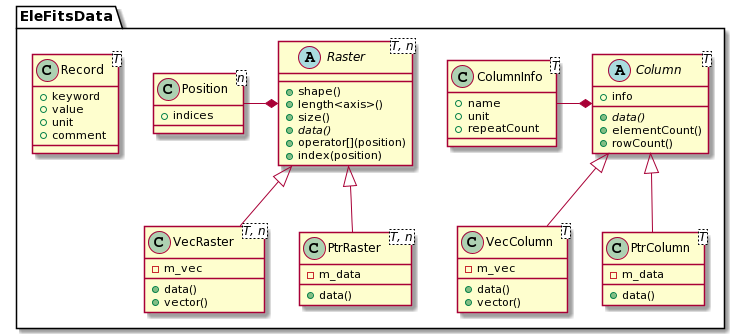
Earlier version of the PlantUML export doc/diagrams/out/FitsData.png (CNES/EleFits).
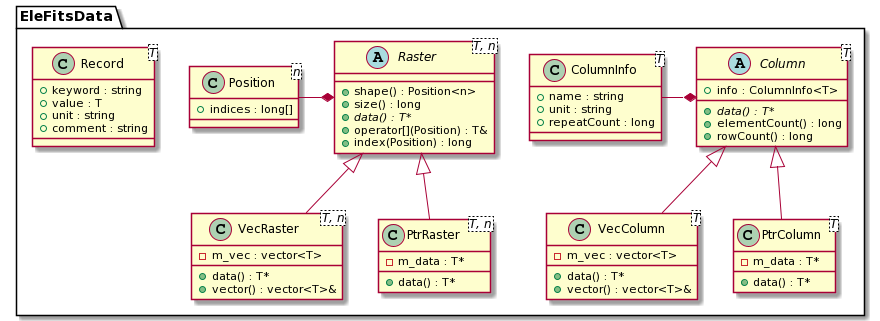
Above is the later version.

Change to the diagram source:
```diff
@@ -10,58 +10,57 @@
 Position -* Raster
 
 class Position<n> {
-+ indices
++ indices : long[]
 }
 
 abstract class Raster<T, n> {
-+ shape()
-+ length<axis>()
-+ size()
-+ {abstract} data()
-+ operator[](position)
-+ index(position)
++ shape() : Position<n>
++ size() : long
++ {abstract} data() : T*
++ operator[](Position) : T&
++ index(Position) : long
 }
 
 class VecRaster<T, n> {
-- m_vec
-+ data()
-+ vector()
+- m_vec : vector<T>
++ data() : T*
++ vector() : vector<T>&
 }
 
 class PtrRaster<T, n> {
-- m_data
-+ data()
+- m_data : T*
++ data() : T*
 }
 
 class Record<T> {
-+ keyword
-+ value
-+ unit
-+ comment
++ keyword : string
++ value : T
++ unit : string
++ comment : string
 }
 
 class ColumnInfo<T> {
-+ name
-+ unit
-+ repeatCount
++ name : string
++ unit : string
++ repeatCount : long
 }
 
 abstract class Column<T> {
-+ info
-+ {abstract} data()
-+ elementCount()
-+ rowCount()
++ info : ColumnInfo<T>
++ {abstract} data() : T*
++ elementCount() : long
++ rowCount() : long
 }
 
 class VecColumn<T> {
-- m_vec
-+ data()
-+ vector()
+- m_vec : vector<T>
++ data() : T*
++ vector() : vector<T>&
 }
 
 class PtrColumn<T> {
-- m_data
-+ data()
+- m_data : T*
++ data() : T*
 }
 
 }
```
